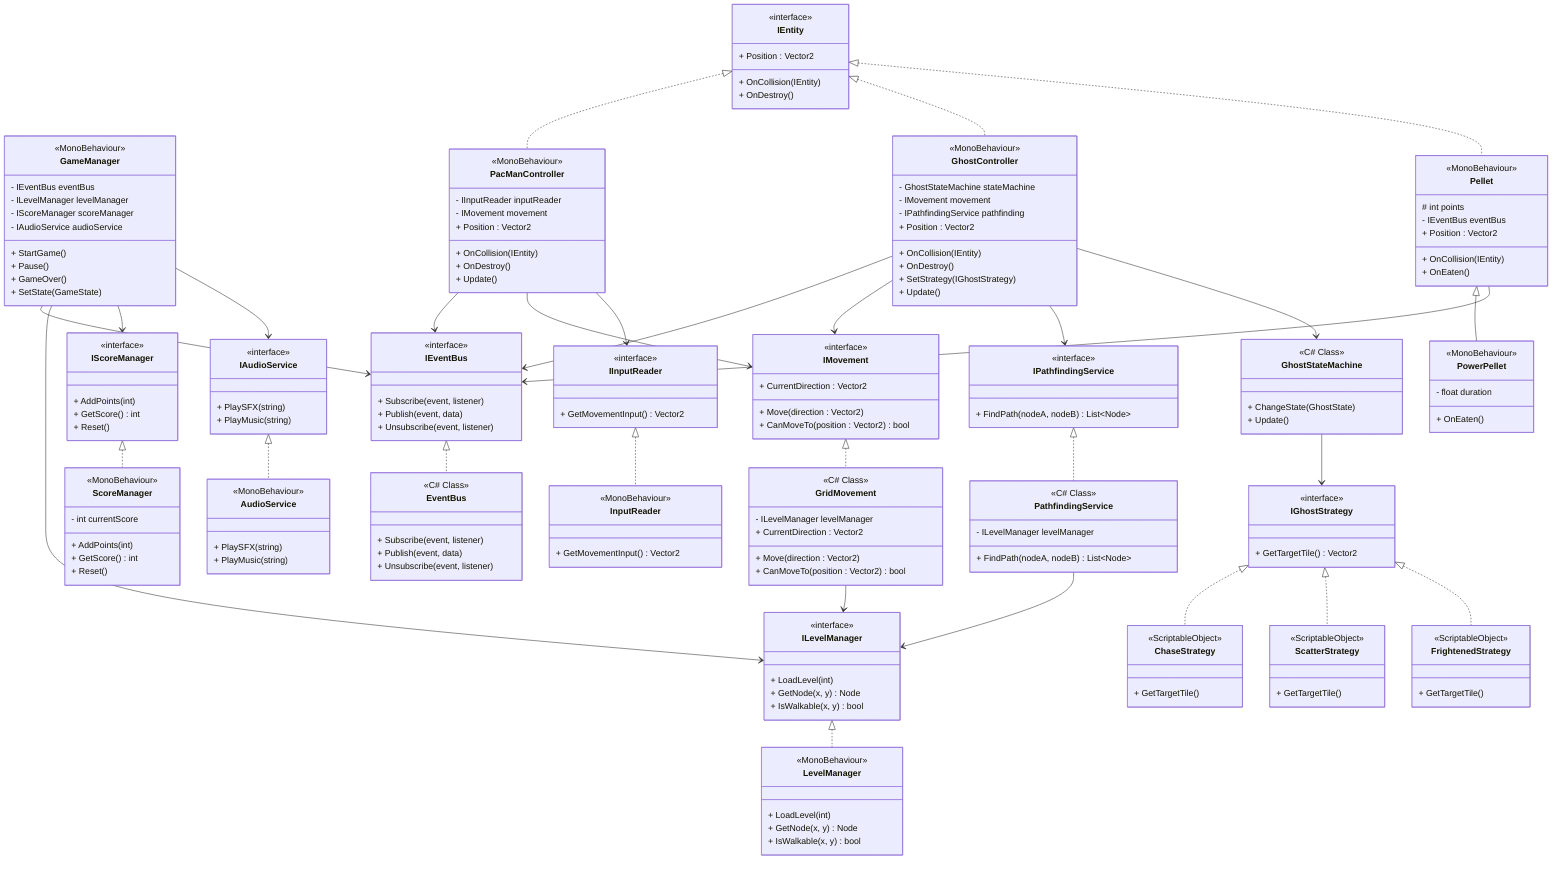
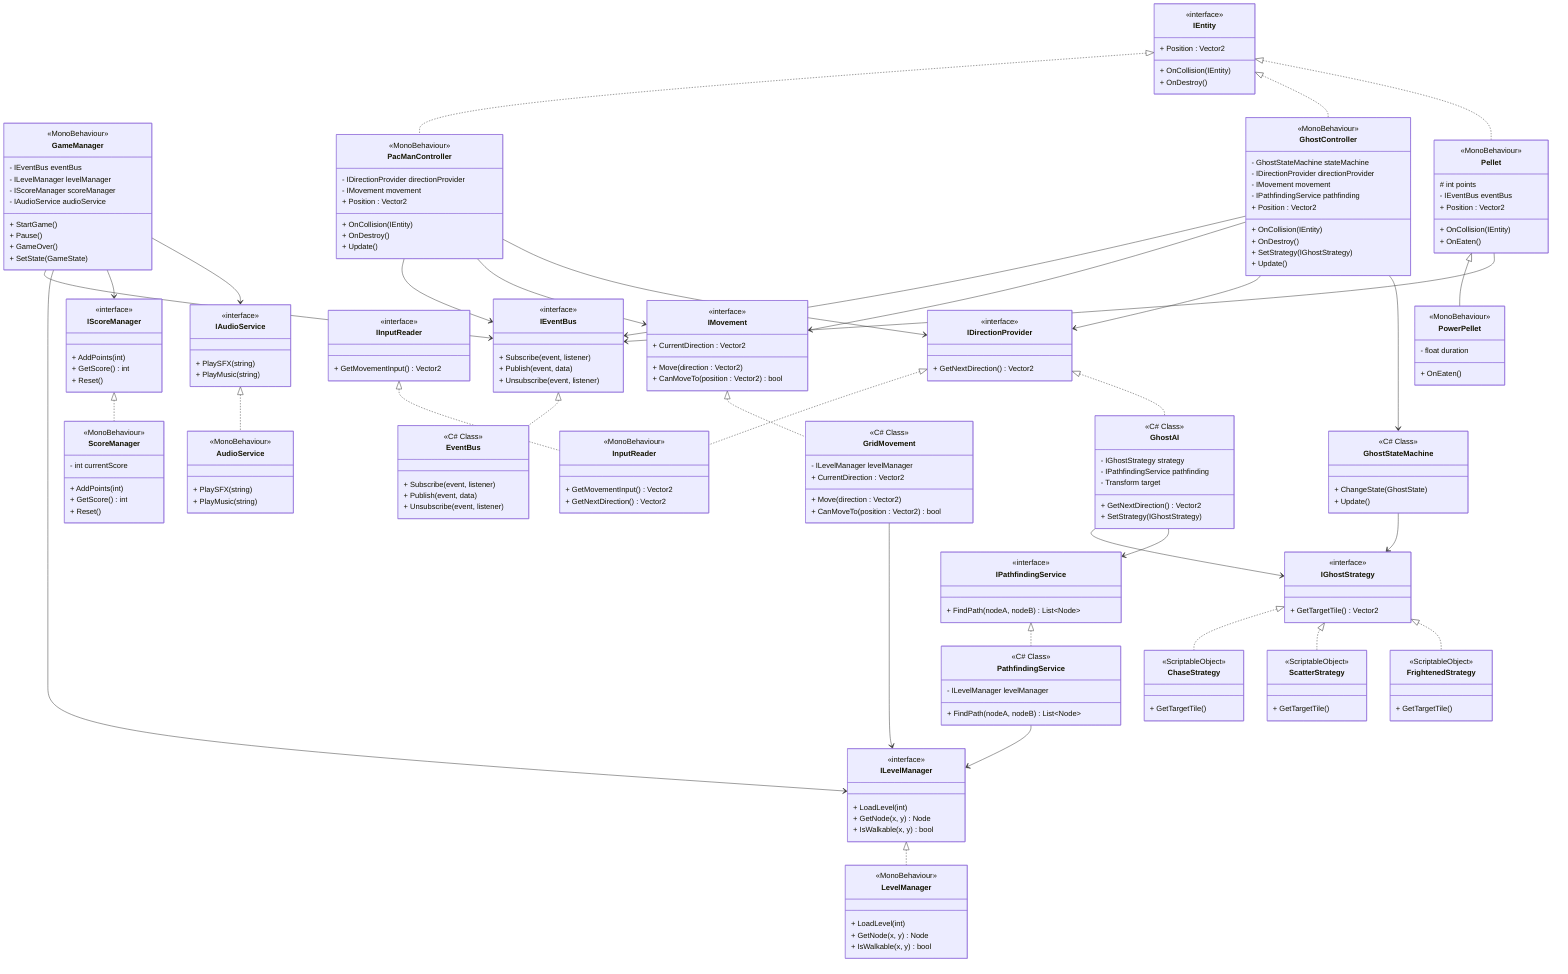
classDiagram

    %% Core Interfaces
    class IEntity {
        <<interface>>
        + Position : Vector2
        + OnCollision(IEntity)
        + OnDestroy()
    }

    class IMovement {
        <<interface>>
        + Move(direction : Vector2)
        + CanMoveTo(position : Vector2) bool
        + CurrentDirection : Vector2
    }

    class IEventBus {
        <<interface>>
        + Subscribe(event, listener)
        + Publish(event, data)
        + Unsubscribe(event, listener)
    }

    class IPathfindingService {
        <<interface>>
        + FindPath(nodeA, nodeB) List~Node~
    }

    class IAudioService {
        <<interface>>
        + PlaySFX(string)
        + PlayMusic(string)
    }

    class IInputReader {
        <<interface>>
        + GetMovementInput() Vector2
+     }
+ 
+     class IDirectionProvider {
+         <<interface>>
+         + GetNextDirection() Vector2
    }

    class ILevelManager {
        <<interface>>
        + LoadLevel(int)
        + GetNode(x, y) Node
        + IsWalkable(x, y) bool
    }

    class IScoreManager {
        <<interface>>
        + AddPoints(int)
        + GetScore() int
        + Reset()
    }

    %% Managers (MonoBehaviour)
    class GameManager {
        <<MonoBehaviour>>
        - IEventBus eventBus
        - ILevelManager levelManager
        - IScoreManager scoreManager
        - IAudioService audioService
        + StartGame()
        + Pause()
        + GameOver()
        + SetState(GameState)
    }

    class LevelManager {
        <<MonoBehaviour>>
        + LoadLevel(int)
        + GetNode(x, y) Node
        + IsWalkable(x, y) bool
    }

    class ScoreManager {
        <<MonoBehaviour>>
        - int currentScore
        + AddPoints(int)
        + GetScore() int
        + Reset()
    }

    class EventBus {
        <<C# Class>>
        + Subscribe(event, listener)
        + Publish(event, data)
        + Unsubscribe(event, listener)
    }

    %% Entities
    class PacManController {
        <<MonoBehaviour>>
-         - IInputReader inputReader
+         - IDirectionProvider directionProvider
        - IMovement movement
        + Position : Vector2
        + OnCollision(IEntity)
        + OnDestroy()
        + Update()
    }

    class GridMovement {
        <<C# Class>>
        - ILevelManager levelManager
        + Move(direction : Vector2)
        + CanMoveTo(position : Vector2) bool
        + CurrentDirection : Vector2
    }

    class InputReader {
        <<MonoBehaviour>>
        + GetMovementInput() Vector2
+         + GetNextDirection() Vector2
    }

    class GhostController {
        <<MonoBehaviour>>
        - GhostStateMachine stateMachine
+         - IDirectionProvider directionProvider
        - IMovement movement
        - IPathfindingService pathfinding
        + Position : Vector2
        + OnCollision(IEntity)
        + OnDestroy()
        + SetStrategy(IGhostStrategy)
        + Update()
+     }
+ 
+     class GhostAI {
+         <<C# Class>>
+         - IGhostStrategy strategy
+         - IPathfindingService pathfinding
+         - Transform target
+         + GetNextDirection() Vector2
+         + SetStrategy(IGhostStrategy)
    }

    class Pellet {
        <<MonoBehaviour>>
        # int points
        - IEventBus eventBus
        + Position : Vector2
        + OnCollision(IEntity)
        + OnEaten()
    }

    class PowerPellet {
        <<MonoBehaviour>>
        - float duration
        + OnEaten()
    }

    class GhostStateMachine {
        <<C# Class>>
        + ChangeState(GhostState)
        + Update()
    }

    class IGhostStrategy {
        <<interface>>
        + GetTargetTile() Vector2
    }

    class ChaseStrategy {
        <<ScriptableObject>>
        + GetTargetTile()
    }

    class ScatterStrategy {
        <<ScriptableObject>>
        + GetTargetTile()
    }

    class FrightenedStrategy {
        <<ScriptableObject>>
        + GetTargetTile()
    }

    class AudioService {
        <<MonoBehaviour>>
        + PlaySFX(string)
        + PlayMusic(string)
    }

    class PathfindingService {
        <<C# Class>>
        - ILevelManager levelManager
        + FindPath(nodeA, nodeB) List~Node~
    }

%% Interface Implementations
IEventBus <|.. EventBus
ILevelManager <|.. LevelManager
IScoreManager <|.. ScoreManager
IAudioService <|.. AudioService
IPathfindingService <|.. PathfindingService
IInputReader <|.. InputReader
+ IDirectionProvider <|.. InputReader
+ IDirectionProvider <|.. GhostAI
IMovement <|.. GridMovement

%% Entity Implementations
IEntity <|.. PacManController
IEntity <|.. GhostController
IEntity <|.. Pellet

%% Inheritance
Pellet <|-- PowerPellet

%% Manager Dependencies (using interfaces)
GameManager --> IEventBus
GameManager --> ILevelManager
GameManager --> IScoreManager
GameManager --> IAudioService

%% Entity Dependencies
PacManController --> IEventBus
PacManController --> IMovement
- PacManController --> IInputReader
+ PacManController --> IDirectionProvider

GhostController --> IEventBus
GhostController --> IMovement
- GhostController --> IPathfindingService
+ GhostController --> IDirectionProvider
+ 
+ GridMovement --> ILevelManager
+ 
+ Pellet --> IEventBus
+ 
+ %% Ghost AI
GhostController --> GhostStateMachine
- 
- GridMovement --> ILevelManager
- 
- Pellet --> IEventBus
- 
- %% Ghost AI
+ GhostAI --> IGhostStrategy
+ GhostAI --> IPathfindingService
GhostStateMachine --> IGhostStrategy
IGhostStrategy <|.. ChaseStrategy
IGhostStrategy <|.. ScatterStrategy
IGhostStrategy <|.. FrightenedStrategy

PathfindingService --> ILevelManager
